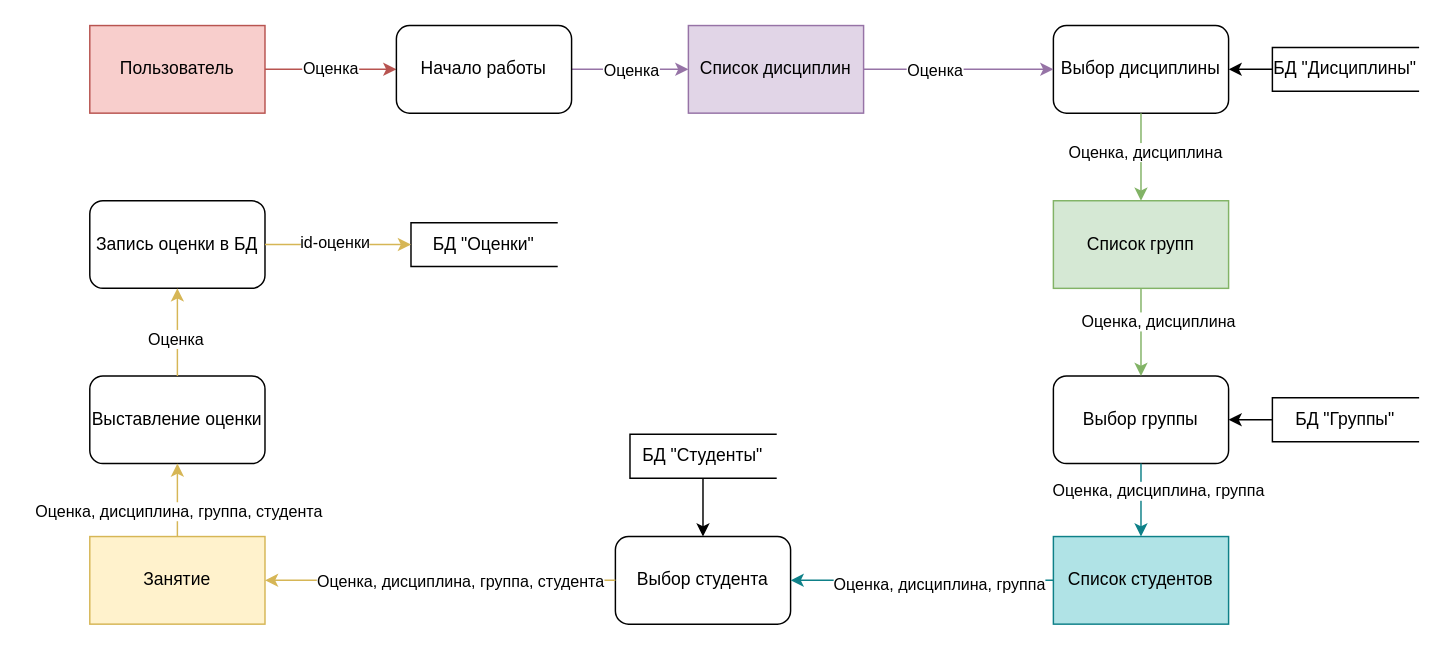
The draw.io diagram DFD.drawio in PaulMatthewss/PP2, before the edit. Source tidied: cells renumbered, new cells numbered last; positions are measured from the earlier drawing's top-left corner, leaving out a move shared by most shapes. Both pictures are drawn from the tidied source at 146%, with x=0, y=0 at pixel (89, 25).
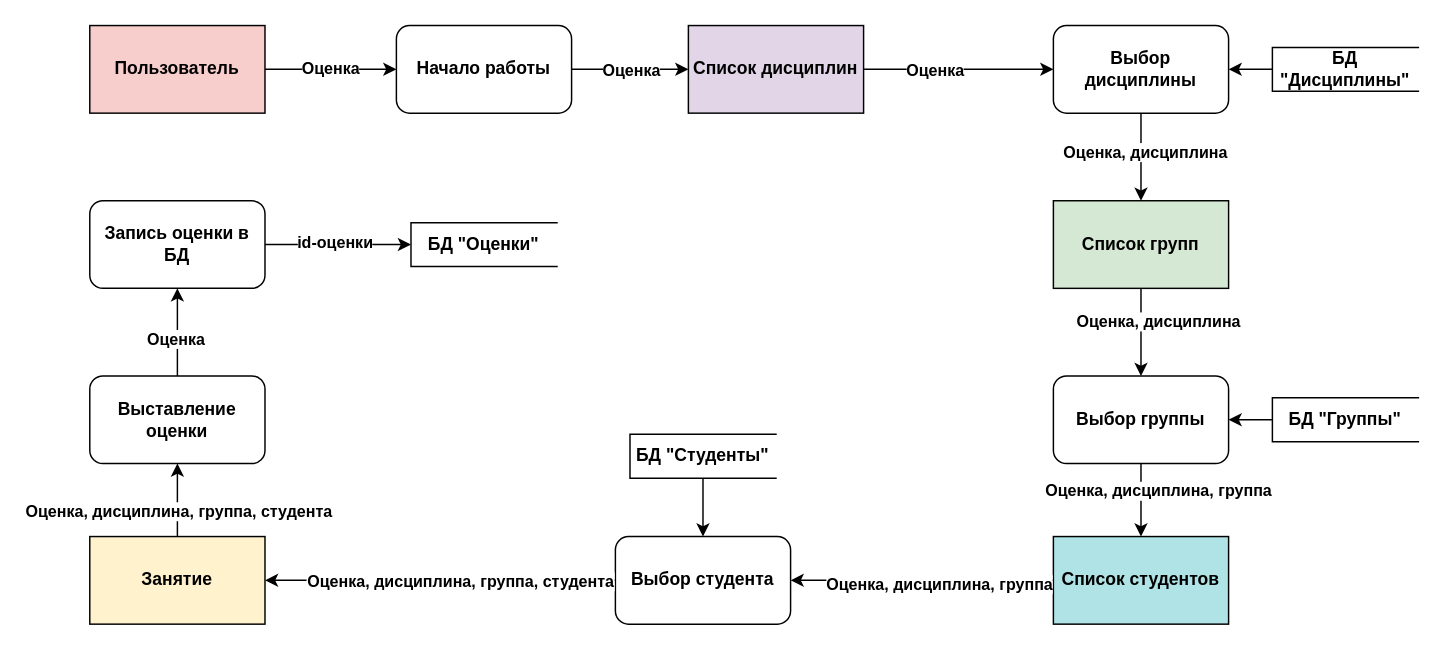
After the change.

Change to the diagram source:
```diff
@@
-    <mxCell id="2" value="Оценка" style="endArrow=classic;html=1;rounded=0;fillColor=#f8cecc;strokeColor=#b85450;" parent="1" edge="1" source="33" target="40">
+    <mxCell id="2" value="Оценка" style="endArrow=classic;html=1;rounded=0;fillColor=#f8cecc;strokeColor=#000000;fontStyle=1;" parent="1" edge="1" source="33" target="40">
       <mxGeometry relative="1" as="geometry" />
     </mxCell>
-    <mxCell id="3" value="Запись оценки в БД" style="rounded=1;whiteSpace=wrap;html=1;" parent="1" vertex="1">
+    <mxCell id="3" value="Запись оценки в БД" style="rounded=1;whiteSpace=wrap;html=1;strokeColor=#000000;fontStyle=1;" parent="1" vertex="1">
       <mxGeometry y="120" width="120" height="60" as="geometry" />
     </mxCell>
-    <mxCell id="4" value="БД &quot;Оценки&quot;" style="html=1;dashed=0;whiteSpace=wrap;shape=partialRectangle;right=0;" parent="1" vertex="1">
+    <mxCell id="4" value="БД &quot;Оценки&quot;" style="html=1;dashed=0;whiteSpace=wrap;shape=partialRectangle;right=0;strokeColor=#000000;fontStyle=1;" parent="1" vertex="1">
       <mxGeometry x="220" y="135" width="100" height="30" as="geometry" />
     </mxCell>
-    <mxCell id="5" style="endArrow=classic;html=1;rounded=0;fillColor=#fff2cc;strokeColor=#d6b656;" parent="1" edge="1" source="3" target="4">
+    <mxCell id="5" style="endArrow=classic;html=1;rounded=0;fillColor=#fff2cc;strokeColor=#000000;fontStyle=1;" parent="1" edge="1" source="3" target="4">
       <mxGeometry relative="1" as="geometry" />
     </mxCell>
-    <mxCell id="6" value="id-оценки" style="edgeLabel;html=1;align=center;verticalAlign=middle;" parent="5" vertex="1">
+    <mxCell id="6" value="id-оценки" style="edgeLabel;html=1;align=center;verticalAlign=middle;strokeColor=#000000;fontStyle=1;" parent="5" vertex="1">
       <mxGeometry x="-0.06" y="2" relative="1" as="geometry" />
     </mxCell>
-    <mxCell id="7" value="Список дисциплин" style="html=1;dashed=0;whiteSpace=wrap;fillColor=#e1d5e7;strokeColor=#9673a6;" parent="1" vertex="1">
+    <mxCell id="7" value="Список дисциплин" style="html=1;dashed=0;whiteSpace=wrap;fillColor=#e1d5e7;strokeColor=#000000;fontStyle=1;" parent="1" vertex="1">
       <mxGeometry x="410" width="120" height="60" as="geometry" />
     </mxCell>
-    <mxCell id="8" value="Выбор дисциплины" style="rounded=1;whiteSpace=wrap;html=1;" parent="1" vertex="1">
+    <mxCell id="8" value="Выбор дисциплины" style="rounded=1;whiteSpace=wrap;html=1;strokeColor=#000000;fontStyle=1;" parent="1" vertex="1">
       <mxGeometry x="660" width="120" height="60" as="geometry" />
     </mxCell>
-    <mxCell id="9" value="Список групп" style="html=1;dashed=0;whiteSpace=wrap;fillColor=#d5e8d4;strokeColor=#82b366;" parent="1" vertex="1">
+    <mxCell id="9" value="Список групп" style="html=1;dashed=0;whiteSpace=wrap;fillColor=#d5e8d4;strokeColor=#000000;fontStyle=1;" parent="1" vertex="1">
       <mxGeometry x="660" y="120" width="120" height="60" as="geometry" />
     </mxCell>
-    <mxCell id="10" value="Выбор группы" style="rounded=1;whiteSpace=wrap;html=1;" parent="1" vertex="1">
+    <mxCell id="10" value="Выбор группы" style="rounded=1;whiteSpace=wrap;html=1;strokeColor=#000000;fontStyle=1;" parent="1" vertex="1">
       <mxGeometry x="660" y="240" width="120" height="60" as="geometry" />
     </mxCell>
-    <mxCell id="11" value="Список студентов" style="html=1;dashed=0;whiteSpace=wrap;fillColor=#b0e3e6;strokeColor=#0e8088;" parent="1" vertex="1">
+    <mxCell id="11" value="Список студентов" style="html=1;dashed=0;whiteSpace=wrap;fillColor=#b0e3e6;strokeColor=#000000;fontStyle=1;" parent="1" vertex="1">
       <mxGeometry x="660" y="350" width="120" height="60" as="geometry" />
     </mxCell>
-    <mxCell id="12" value="Выбор студента" style="rounded=1;whiteSpace=wrap;html=1;" parent="1" vertex="1">
+    <mxCell id="12" value="Выбор студента" style="rounded=1;whiteSpace=wrap;html=1;strokeColor=#000000;fontStyle=1;" parent="1" vertex="1">
       <mxGeometry x="360" y="350" width="120" height="60" as="geometry" />
     </mxCell>
-    <mxCell id="13" value="Занятие" style="html=1;dashed=0;whiteSpace=wrap;fillColor=#fff2cc;strokeColor=#d6b656;" parent="1" vertex="1">
+    <mxCell id="13" value="Занятие" style="html=1;dashed=0;whiteSpace=wrap;fillColor=#fff2cc;strokeColor=#000000;fontStyle=1;" parent="1" vertex="1">
       <mxGeometry y="350" width="120" height="60" as="geometry" />
     </mxCell>
-    <mxCell id="14" value="Выставление оценки" style="rounded=1;whiteSpace=wrap;html=1;" parent="1" vertex="1">
+    <mxCell id="14" value="Выставление оценки" style="rounded=1;whiteSpace=wrap;html=1;strokeColor=#000000;fontStyle=1;" parent="1" vertex="1">
       <mxGeometry y="240" width="120" height="60" as="geometry" />
     </mxCell>
-    <mxCell id="15" style="endArrow=classic;html=1;rounded=0;fillColor=#e1d5e7;strokeColor=#9673a6;" parent="1" edge="1" source="40" target="7">
+    <mxCell id="15" style="endArrow=classic;html=1;rounded=0;fillColor=#e1d5e7;strokeColor=#000000;fontStyle=1;" parent="1" edge="1" source="40" target="7">
       <mxGeometry relative="1" as="geometry" />
     </mxCell>
-    <mxCell id="16" value="Оценка" style="edgeLabel;html=1;align=center;verticalAlign=middle;" parent="15" vertex="1">
+    <mxCell id="16" value="Оценка" style="edgeLabel;html=1;align=center;verticalAlign=middle;strokeColor=#000000;fontStyle=1;" parent="15" vertex="1">
       <mxGeometry x="-0.28" relative="1" as="geometry">
         <mxPoint x="11" as="offset" />
       </mxGeometry>
     </mxCell>
-    <mxCell id="17" style="endArrow=classic;html=1;rounded=0;fillColor=#e1d5e7;strokeColor=#9673a6;" parent="1" edge="1" source="7" target="8">
+    <mxCell id="17" style="endArrow=classic;html=1;rounded=0;fillColor=#e1d5e7;strokeColor=#000000;fontStyle=1;" parent="1" edge="1" source="7" target="8">
       <mxGeometry relative="1" as="geometry" />
     </mxCell>
-    <mxCell id="18" value="Оценка" style="edgeLabel;html=1;align=center;verticalAlign=middle;" parent="17" vertex="1">
+    <mxCell id="18" value="Оценка" style="edgeLabel;html=1;align=center;verticalAlign=middle;strokeColor=#000000;fontStyle=1;" parent="17" vertex="1">
       <mxGeometry x="-0.28" relative="1" as="geometry">
         <mxPoint x="1" as="offset" />
       </mxGeometry>
     </mxCell>
-    <mxCell id="19" style="endArrow=classic;html=1;rounded=0;fillColor=#d5e8d4;strokeColor=#82b366;" parent="1" edge="1" source="8" target="9">
+    <mxCell id="19" style="endArrow=classic;html=1;rounded=0;fillColor=#d5e8d4;strokeColor=#000000;fontStyle=1;" parent="1" edge="1" source="8" target="9">
       <mxGeometry relative="1" as="geometry" />
     </mxCell>
-    <mxCell id="20" value="Оценка, дисциплина" style="edgeLabel;html=1;align=center;verticalAlign=middle;" parent="19" vertex="1">
+    <mxCell id="20" value="Оценка, дисциплина" style="edgeLabel;html=1;align=center;verticalAlign=middle;strokeColor=#000000;fontStyle=1;" parent="19" vertex="1">
       <mxGeometry x="-0.12" y="2" relative="1" as="geometry" />
     </mxCell>
-    <mxCell id="21" style="endArrow=classic;html=1;rounded=0;fillColor=#d5e8d4;strokeColor=#82b366;" parent="1" edge="1" source="9" target="10">
+    <mxCell id="21" style="endArrow=classic;html=1;rounded=0;fillColor=#d5e8d4;strokeColor=#000000;fontStyle=1;" parent="1" edge="1" source="9" target="10">
       <mxGeometry relative="1" as="geometry" />
     </mxCell>
-    <mxCell id="22" value="Оценка, дисциплина" style="edgeLabel;html=1;align=center;verticalAlign=middle;" parent="21" vertex="1">
+    <mxCell id="22" value="Оценка, дисциплина" style="edgeLabel;html=1;align=center;verticalAlign=middle;strokeColor=#000000;fontStyle=1;" parent="21" vertex="1">
       <mxGeometry x="-0.28" relative="1" as="geometry">
         <mxPoint x="11" as="offset" />
       </mxGeometry>
     </mxCell>
-    <mxCell id="23" style="endArrow=classic;html=1;rounded=0;fillColor=#b0e3e6;strokeColor=#0e8088;" parent="1" edge="1" source="10" target="11">
+    <mxCell id="23" style="endArrow=classic;html=1;rounded=0;fillColor=#b0e3e6;strokeColor=#000000;fontStyle=1;" parent="1" edge="1" source="10" target="11">
       <mxGeometry relative="1" as="geometry" />
     </mxCell>
-    <mxCell id="24" value="Оценка, дисциплина, группа" style="edgeLabel;html=1;align=center;verticalAlign=middle;" parent="23" vertex="1">
+    <mxCell id="24" value="Оценка, дисциплина, группа" style="edgeLabel;html=1;align=center;verticalAlign=middle;strokeColor=#000000;fontStyle=1;" parent="23" vertex="1">
       <mxGeometry x="-0.28" relative="1" as="geometry">
         <mxPoint x="11" as="offset" />
       </mxGeometry>
     </mxCell>
-    <mxCell id="25" style="endArrow=classic;html=1;rounded=0;fillColor=#fff2cc;strokeColor=#d6b656;" parent="1" edge="1" source="12" target="13">
+    <mxCell id="25" style="endArrow=classic;html=1;rounded=0;fillColor=#fff2cc;strokeColor=#000000;fontStyle=1;" parent="1" edge="1" source="12" target="13">
       <mxGeometry relative="1" as="geometry" />
     </mxCell>
-    <mxCell id="26" value="Оценка, дисциплина, группа, студента" style="edgeLabel;html=1;align=center;verticalAlign=middle;" parent="25" vertex="1">
+    <mxCell id="26" value="Оценка, дисциплина, группа, студента" style="edgeLabel;html=1;align=center;verticalAlign=middle;strokeColor=#000000;fontStyle=1;" parent="25" vertex="1">
       <mxGeometry x="-0.28" relative="1" as="geometry">
         <mxPoint x="-21" as="offset" />
       </mxGeometry>
     </mxCell>
-    <mxCell id="27" style="endArrow=classic;html=1;rounded=0;fillColor=#fff2cc;strokeColor=#d6b656;" parent="1" edge="1" source="13" target="14">
+    <mxCell id="27" style="endArrow=classic;html=1;rounded=0;fillColor=#fff2cc;strokeColor=#000000;fontStyle=1;" parent="1" edge="1" source="13" target="14">
       <mxGeometry relative="1" as="geometry" />
     </mxCell>
-    <mxCell id="28" value="Оценка, дисциплина, группа, студента" style="edgeLabel;html=1;align=center;verticalAlign=middle;" parent="27" vertex="1">
+    <mxCell id="28" value="Оценка, дисциплина, группа, студента" style="edgeLabel;html=1;align=center;verticalAlign=middle;strokeColor=#000000;fontStyle=1;" parent="27" vertex="1">
       <mxGeometry x="-0.28" relative="1" as="geometry" />
     </mxCell>
-    <mxCell id="29" style="endArrow=classic;html=1;rounded=0;fillColor=#b0e3e6;strokeColor=#0e8088;" parent="1" edge="1" source="11" target="12">
+    <mxCell id="29" style="endArrow=classic;html=1;rounded=0;fillColor=#b0e3e6;strokeColor=#000000;fontStyle=1;" parent="1" edge="1" source="11" target="12">
       <mxGeometry relative="1" as="geometry" />
     </mxCell>
-    <mxCell id="30" value="Оценка, дисциплина, группа" style="edgeLabel;html=1;align=center;verticalAlign=middle;" parent="29" vertex="1">
+    <mxCell id="30" value="Оценка, дисциплина, группа" style="edgeLabel;html=1;align=center;verticalAlign=middle;strokeColor=#000000;fontStyle=1;" parent="29" vertex="1">
       <mxGeometry x="-0.12" y="2" relative="1" as="geometry" />
     </mxCell>
-    <mxCell id="31" style="endArrow=classic;html=1;rounded=0;fillColor=#fff2cc;strokeColor=#d6b656;" parent="1" edge="1" source="14" target="3">
+    <mxCell id="31" style="endArrow=classic;html=1;rounded=0;fillColor=#fff2cc;strokeColor=#000000;fontStyle=1;" parent="1" edge="1" source="14" target="3">
       <mxGeometry relative="1" as="geometry" />
     </mxCell>
-    <mxCell id="32" value="Оценка" style="edgeLabel;html=1;align=center;verticalAlign=middle;" parent="31" vertex="1">
+    <mxCell id="32" value="Оценка" style="edgeLabel;html=1;align=center;verticalAlign=middle;strokeColor=#000000;fontStyle=1;" parent="31" vertex="1">
       <mxGeometry x="-0.12" y="2" relative="1" as="geometry" />
     </mxCell>
-    <mxCell id="33" value="Пользователь" style="rounded=0;whiteSpace=wrap;html=1;fillColor=#f8cecc;strokeColor=#b85450;" parent="1" vertex="1">
+    <mxCell id="33" value="Пользователь" style="rounded=0;whiteSpace=wrap;html=1;fillColor=#f8cecc;strokeColor=#000000;fontStyle=1;" parent="1" vertex="1">
       <mxGeometry width="120" height="60" as="geometry" />
     </mxCell>
-    <mxCell id="34" value="БД &quot;Дисциплины&quot;" style="html=1;dashed=0;whiteSpace=wrap;shape=partialRectangle;right=0;" parent="1" vertex="1">
+    <mxCell id="34" value="БД &quot;Дисциплины&quot;" style="html=1;dashed=0;whiteSpace=wrap;shape=partialRectangle;right=0;strokeColor=#000000;fontStyle=1;" parent="1" vertex="1">
       <mxGeometry x="810" y="15" width="100" height="30" as="geometry" />
     </mxCell>
-    <mxCell id="35" style="endArrow=classic;html=1;rounded=0;" parent="1" edge="1" source="34" target="8">
+    <mxCell id="35" style="endArrow=classic;html=1;rounded=0;strokeColor=#000000;fontStyle=1;" parent="1" edge="1" source="34" target="8">
       <mxGeometry relative="1" as="geometry" />
     </mxCell>
-    <mxCell id="36" value="БД &quot;Группы&quot;" style="html=1;dashed=0;whiteSpace=wrap;shape=partialRectangle;right=0;" parent="1" vertex="1">
+    <mxCell id="36" value="БД &quot;Группы&quot;" style="html=1;dashed=0;whiteSpace=wrap;shape=partialRectangle;right=0;strokeColor=#000000;fontStyle=1;" parent="1" vertex="1">
       <mxGeometry x="810" y="255" width="100" height="30" as="geometry" />
     </mxCell>
-    <mxCell id="37" style="endArrow=classic;html=1;rounded=0;" parent="1" edge="1" source="36" target="10">
+    <mxCell id="37" style="endArrow=classic;html=1;rounded=0;strokeColor=#000000;fontStyle=1;" parent="1" edge="1" source="36" target="10">
       <mxGeometry relative="1" as="geometry" />
     </mxCell>
-    <mxCell id="38" value="БД &quot;Студенты&quot;" style="html=1;dashed=0;whiteSpace=wrap;shape=partialRectangle;right=0;" parent="1" vertex="1">
+    <mxCell id="38" value="БД &quot;Студенты&quot;" style="html=1;dashed=0;whiteSpace=wrap;shape=partialRectangle;right=0;strokeColor=#000000;fontStyle=1;" parent="1" vertex="1">
       <mxGeometry x="370" y="280" width="100" height="30" as="geometry" />
     </mxCell>
-    <mxCell id="39" style="endArrow=classic;html=1;rounded=0;" parent="1" edge="1" source="38" target="12">
+    <mxCell id="39" style="endArrow=classic;html=1;rounded=0;strokeColor=#000000;fontStyle=1;" parent="1" edge="1" source="38" target="12">
       <mxGeometry relative="1" as="geometry" />
     </mxCell>
-    <mxCell id="40" value="Начало работы" style="rounded=1;whiteSpace=wrap;html=1;" parent="1" vertex="1">
+    <mxCell id="40" value="Начало работы" style="rounded=1;whiteSpace=wrap;html=1;strokeColor=#000000;fontStyle=1;" parent="1" vertex="1">
       <mxGeometry x="210" width="120" height="60" as="geometry" />
     </mxCell>
```
